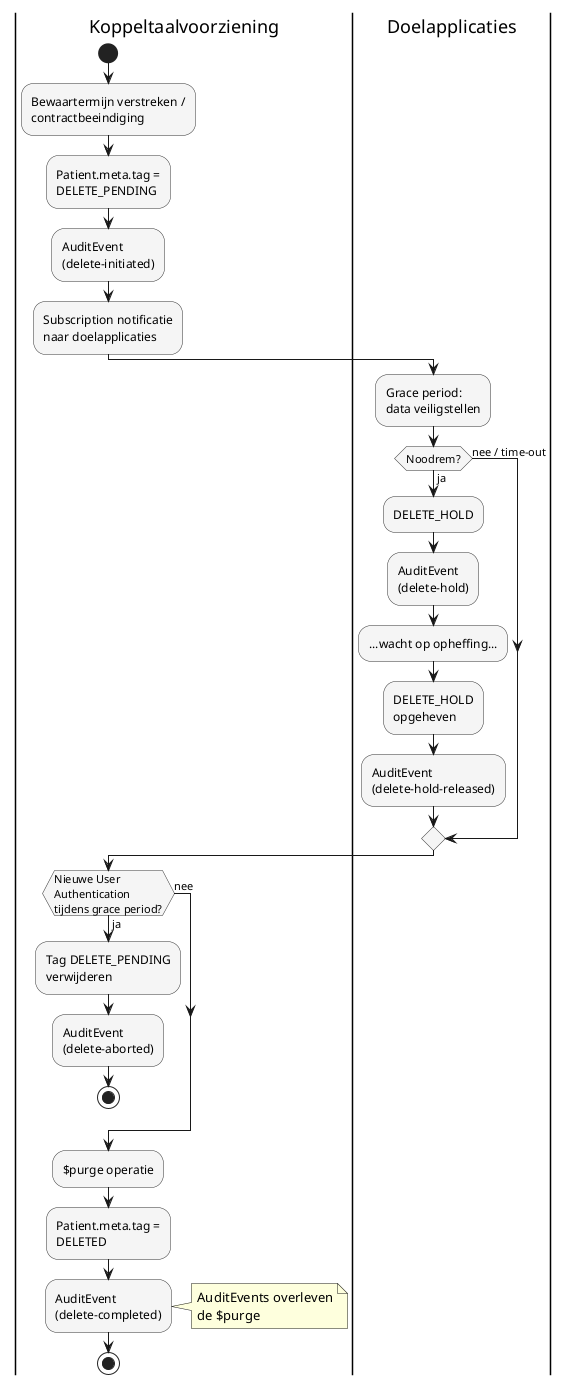
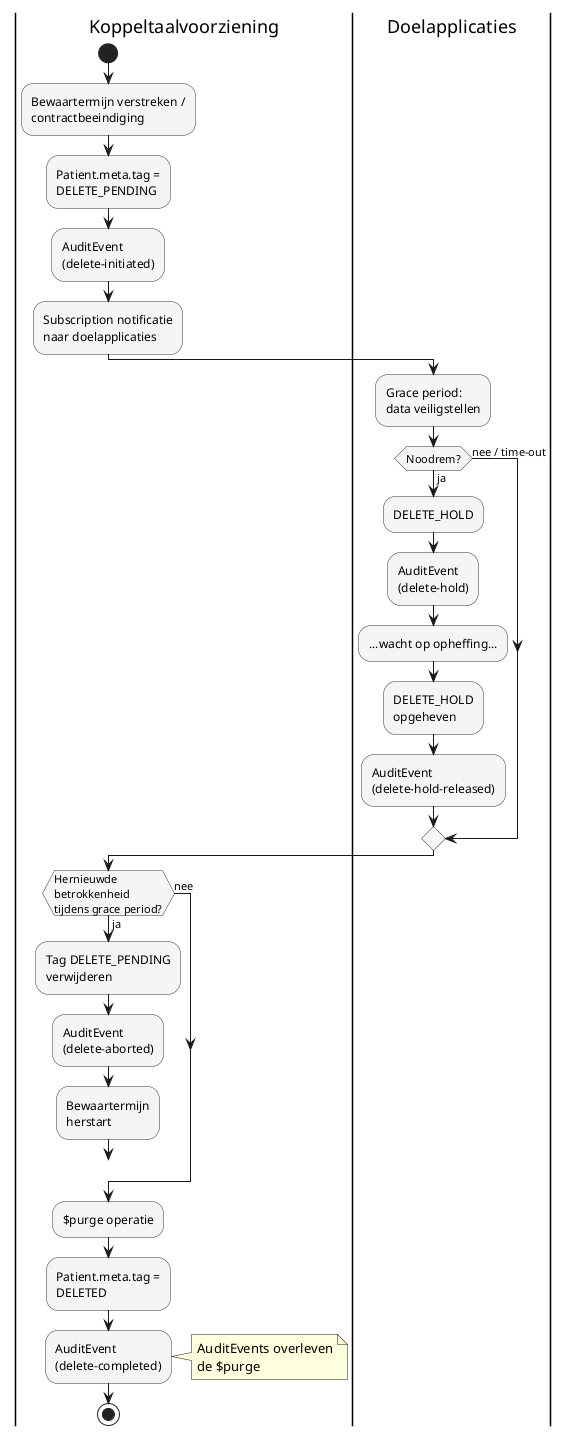
@startuml archivering-overzicht

skinparam activity {
  BackgroundColor #f5f5f5
  BorderColor #333333
}

|Koppeltaalvoorziening|
start
+ label start_termijn
:Bewaartermijn verstreken /\ncontractbeeindiging;

|Koppeltaalvoorziening|
:Patient.meta.tag =\nDELETE_PENDING;
:AuditEvent\n(delete-initiated);
:Subscription notificatie\nnaar doelapplicaties;

|Doelapplicaties|
:Grace period:\ndata veiligstellen;

if (Noodrem?) then (ja)
  :DELETE_HOLD;
  :AuditEvent\n(delete-hold);
  :...wacht op opheffing...;
  :DELETE_HOLD\nopgeheven;
  :AuditEvent\n(delete-hold-released);
else (nee / time-out)
endif

|Koppeltaalvoorziening|
- if (Nieuwe User\nAuthentication\ntijdens grace period?) then (ja)
+ if (Hernieuwde\nbetrokkenheid\ntijdens grace period?) then (ja)
  :Tag DELETE_PENDING\nverwijderen;
  :AuditEvent\n(delete-aborted);
-   stop
+   :Bewaartermijn\nherstart;
+   goto start_termijn
else (nee)
endif

|Koppeltaalvoorziening|
:$purge operatie;
:Patient.meta.tag =\nDELETED;
:AuditEvent\n(delete-completed);
note right
  AuditEvents overleven
  de $purge
end note

stop

@enduml
